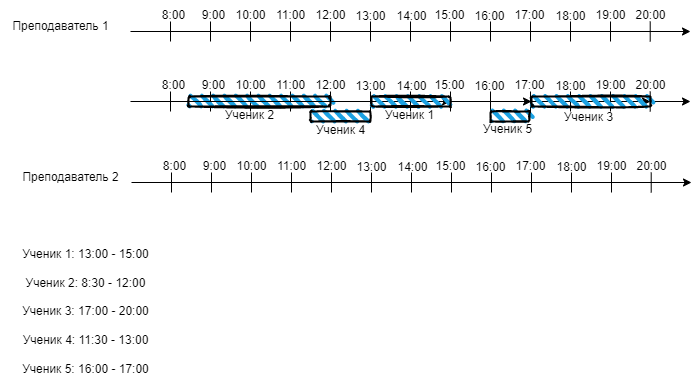
watashinonericell/myrepos keeps this draw.io diagram as Концептуальная_модель.png. Above is the earlier version. Source tidied: cells renumbered, new cells last; positions are measured from the earlier drawing's top-left corner, leaving out a move shared by most shapes.
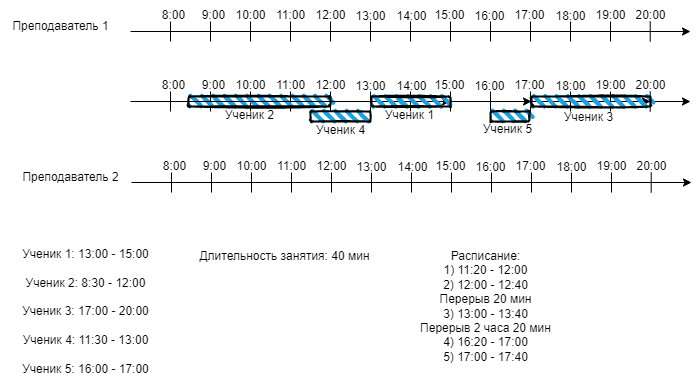
The same file after the commit.

Change to the diagram source:
```diff
@@ -258,5 +258,11 @@
     <mxCell id="80" value="Ученик 1: 13:00 - 15:00&lt;br&gt;&lt;br&gt;Ученик 2: 8:30 - 12:00&lt;br&gt;&lt;br&gt;Ученик 3: 17:00 - 20:00&lt;br&gt;&lt;br&gt;Ученик 4: 11:30 - 13:00&lt;br&gt;&lt;br&gt;Ученик 5: 16:00 - 17:00" style="text;html=1;align=center;verticalAlign=middle;strokeColor=none;fillColor=none;" parent="1" vertex="1">
       <mxGeometry x="10" y="241" width="150" height="140" as="geometry" />
     </mxCell>
+    <mxCell id="81" value="Длительность занятия: 40 мин" style="text;html=1;align=center;verticalAlign=middle;strokeColor=none;fillColor=none;" parent="1" vertex="1">
+      <mxGeometry x="189" y="241" width="190" height="30" as="geometry" />
+    </mxCell>
+    <mxCell id="82" value="Расписание:&lt;br&gt;1) 11:20 - 12:00&lt;br&gt;2) 12:00 - 12:40&lt;br&gt;Перерыв 20 мин&lt;br&gt;3) 13:00 - 13:40&lt;br&gt;Перерыв 2 часа 20 мин&lt;br&gt;4) 16:20 - 17:00&lt;br&gt;5) 17:00 - 17:40" style="text;html=1;align=center;verticalAlign=middle;strokeColor=none;fillColor=none;" parent="1" vertex="1">
+      <mxGeometry x="410" y="241" width="150" height="130" as="geometry" />
+    </mxCell>
   </root>
 </mxGraphModel>
```
